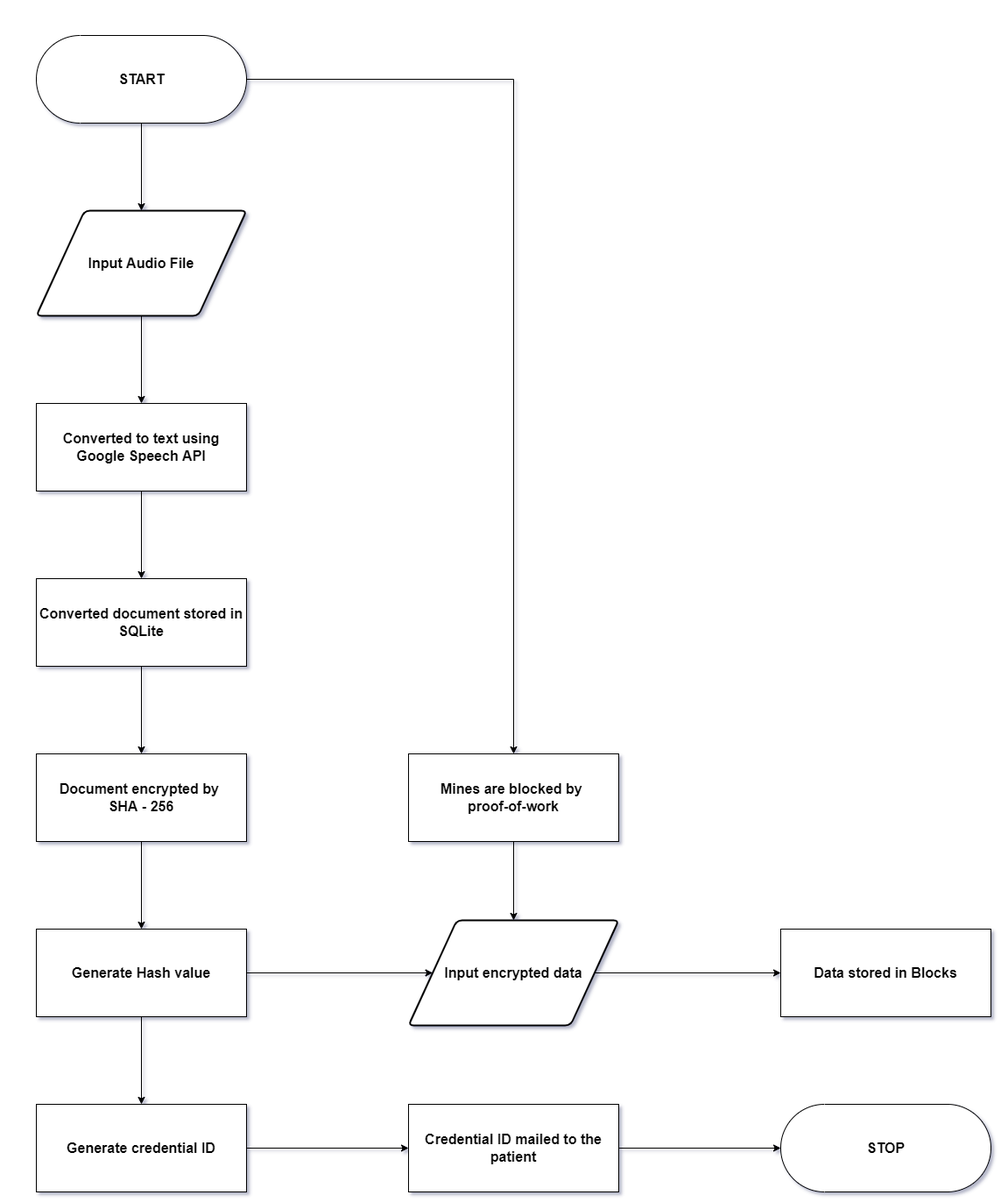
Earlier version of the draw.io export Documentation/systemflow.png (GowthamPrasad/Project). Source tidied: cells renumbered, new cells last; positions are measured from the earlier drawing's top-left corner, leaving out a move shared by most shapes.
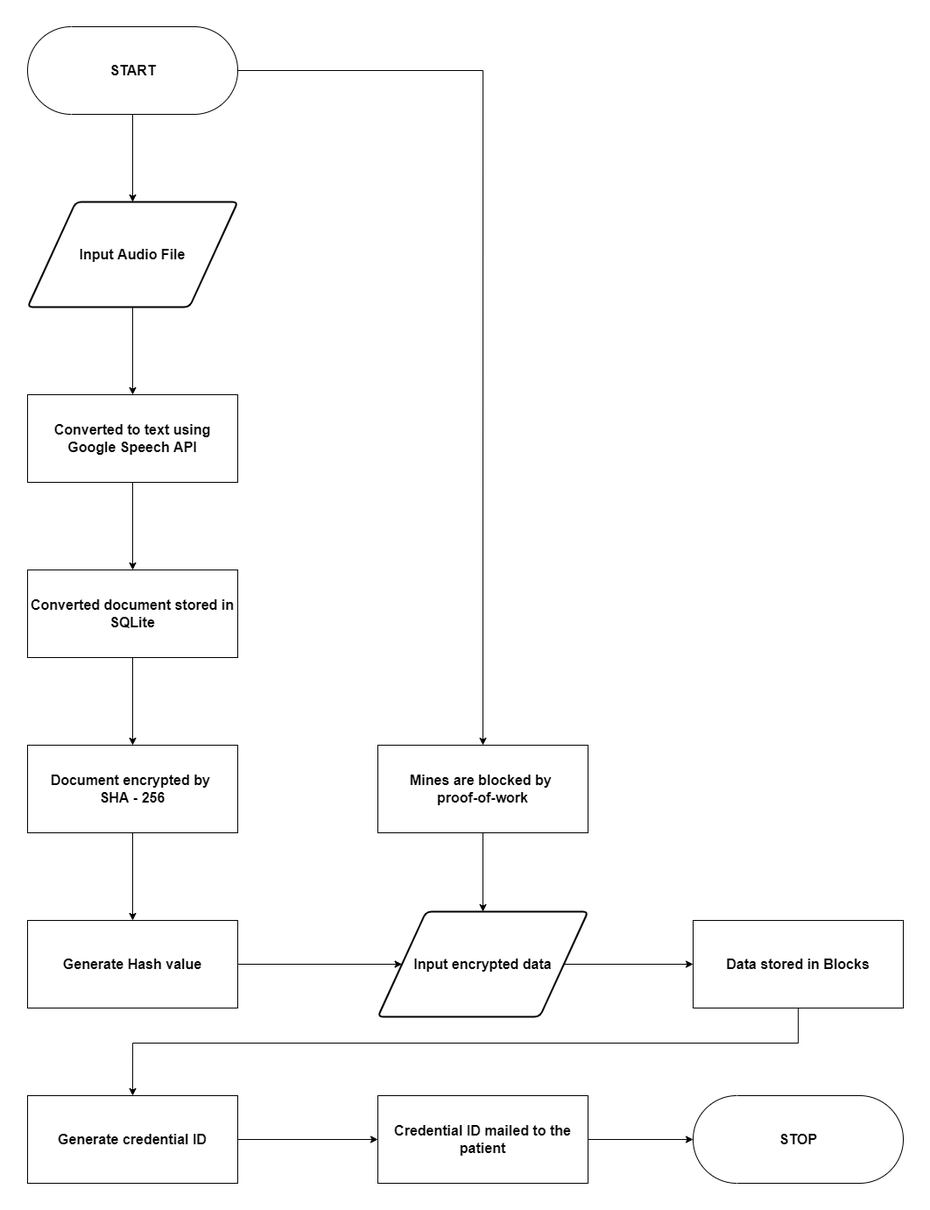
The same diagram one commit later.

What changed in the source:
```diff
@@ -35,9 +35,6 @@
     <mxCell id="12" value="Document encrypted by &lt;br&gt;SHA - 256" style="rounded=0;whiteSpace=wrap;html=1;fontSize=16;fontStyle=1;" parent="1" vertex="1">
       <mxGeometry y="820" width="240" height="100" as="geometry" />
     </mxCell>
-    <mxCell id="13" style="edgeStyle=orthogonalEdgeStyle;rounded=0;jettySize=auto;html=1;fontSize=16;" parent="1" edge="1" source="15" target="22">
-      <mxGeometry relative="1" as="geometry" />
-    </mxCell>
     <mxCell id="14" style="edgeStyle=orthogonalEdgeStyle;rounded=0;jettySize=auto;html=1;fontSize=16;" parent="1" edge="1" source="15" target="19">
       <mxGeometry relative="1" as="geometry" />
     </mxCell>
@@ -48,16 +45,24 @@
       <mxGeometry relative="1" as="geometry" />
     </mxCell>
     <mxCell id="17" value="Mines are blocked by &lt;br&gt;proof-of-work" style="rounded=0;whiteSpace=wrap;html=1;fontSize=16;fontStyle=1;" parent="1" vertex="1">
-      <mxGeometry x="425" y="820" width="240" height="100" as="geometry" />
+      <mxGeometry x="400" y="820" width="240" height="100" as="geometry" />
     </mxCell>
     <mxCell id="18" style="edgeStyle=orthogonalEdgeStyle;rounded=0;jettySize=auto;html=1;entryX=0;entryY=0.5;entryDx=0;entryDy=0;fontSize=16;" parent="1" edge="1" source="19" target="20">
       <mxGeometry relative="1" as="geometry" />
     </mxCell>
     <mxCell id="19" value="Input encrypted data" style="shape=parallelogram;html=1;strokeWidth=2;perimeter=parallelogramPerimeter;whiteSpace=wrap;rounded=1;arcSize=12;size=0.23;fontSize=16;fontStyle=1;" parent="1" vertex="1">
-      <mxGeometry x="425" y="1010" width="240" height="120" as="geometry" />
+      <mxGeometry x="400" y="1010" width="240" height="120" as="geometry" />
     </mxCell>
+    <mxCell id="26" style="edgeStyle=orthogonalEdgeStyle;rounded=0;jettySize=auto;html=1;entryX=0.5;entryY=0;entryDx=0;entryDy=0;" parent="1" edge="1" source="20" target="22">
+      <mxGeometry relative="1" as="geometry">
+        <Array as="points">
+          <mxPoint x="880" y="1160" />
+          <mxPoint x="120" y="1160" />
+        </Array>
+      </mxGeometry>
+    </mxCell>
     <mxCell id="20" value="Data stored in Blocks" style="rounded=0;whiteSpace=wrap;html=1;fontSize=16;fontStyle=1;" parent="1" vertex="1">
-      <mxGeometry x="850" y="1020" width="240" height="100" as="geometry" />
+      <mxGeometry x="760" y="1020" width="240" height="100" as="geometry" />
     </mxCell>
     <mxCell id="21" style="edgeStyle=orthogonalEdgeStyle;rounded=0;jettySize=auto;html=1;entryX=0;entryY=0.5;entryDx=0;entryDy=0;fontSize=16;" parent="1" edge="1" source="22" target="24">
       <mxGeometry relative="1" as="geometry" />
@@ -69,10 +74,10 @@
       <mxGeometry relative="1" as="geometry" />
     </mxCell>
     <mxCell id="24" value="Credential ID mailed to the patient" style="rounded=0;whiteSpace=wrap;html=1;fontSize=16;fontStyle=1;" parent="1" vertex="1">
-      <mxGeometry x="425" y="1220" width="240" height="100" as="geometry" />
+      <mxGeometry x="400" y="1220" width="240" height="100" as="geometry" />
     </mxCell>
     <mxCell id="25" value="&lt;span&gt;STOP&lt;/span&gt;" style="html=1;dashed=0;whitespace=wrap;shape=mxgraph.dfd.start;fontSize=16;fontStyle=1;" parent="1" vertex="1">
-      <mxGeometry x="850" y="1220" width="240" height="100" as="geometry" />
+      <mxGeometry x="760" y="1220" width="240" height="100" as="geometry" />
     </mxCell>
   </root>
 </mxGraphModel>
```
